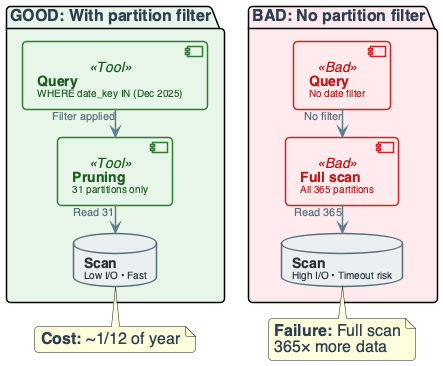
Earlier version of the PlantUML export diagrams/week05/week5_lecture_slide38_failure_partition.png (OrPerets/data-engineering-course).
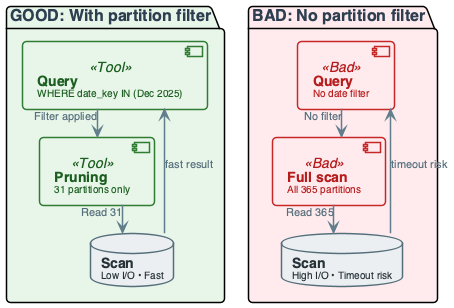
After the commit.

Change to the diagram source:
```diff
@@ -135,8 +135,7 @@
 
 Q2 --> FULL : "No filter"
 FULL --> S2 : "Read 365"
-
-note bottom of S1 : **Cost:** ~1/12 of year
-note bottom of S2 : **Failure:** Full scan\n365× more data
+S1 --> Q1 : "fast result"
+S2 --> Q2 : "timeout risk"
 
 @enduml
```
